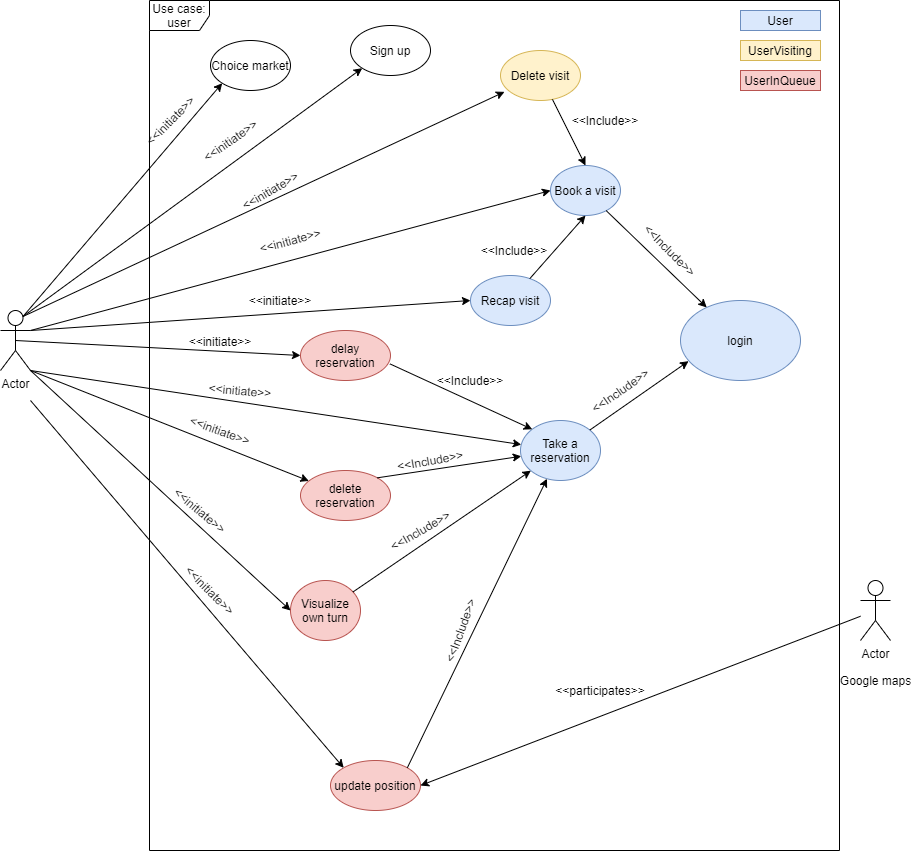
Before: documents/RASD/diagrams/UseCaseUser.png, a diagram exported from draw.io (bresc19/SE2-project-RASD-DD). Source tidied: cells renumbered, new cells last; positions are measured from the earlier drawing's top-left corner, leaving out a move shared by most shapes.
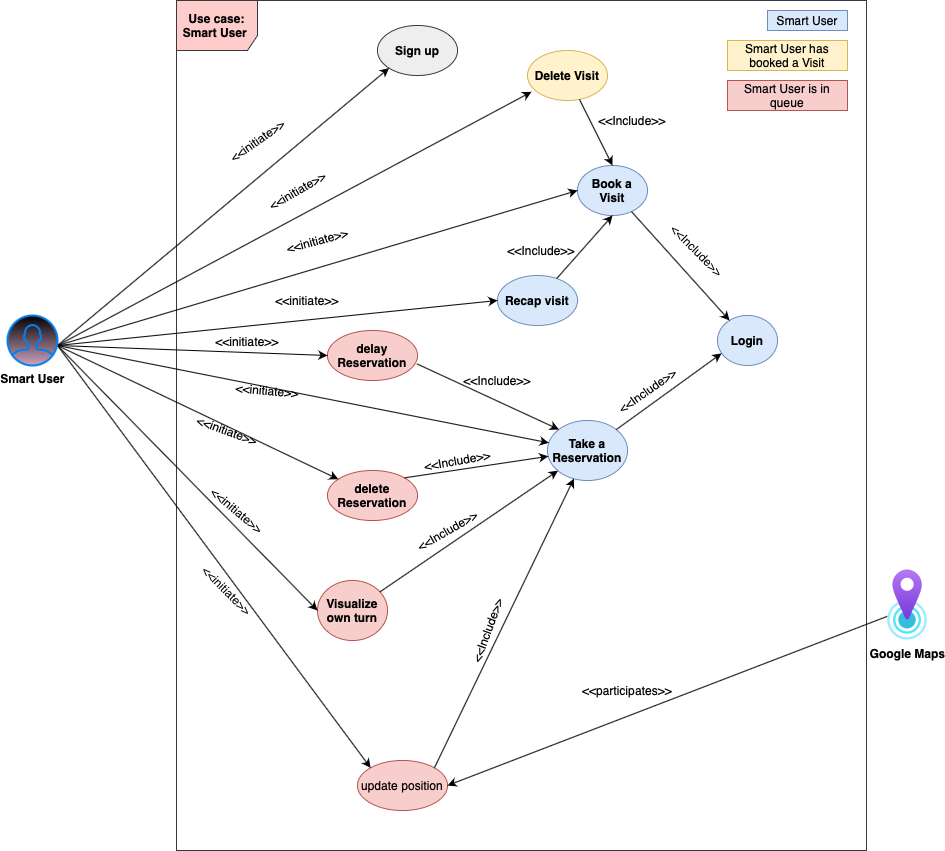
Later version of the same file.

Diff of the diagram source:
```diff
@@ -2,31 +2,34 @@
   <root>
     <mxCell id="0" />
     <mxCell id="1" parent="0" />
-    <mxCell id="2" value="Use case: user" style="shape=umlFrame;whiteSpace=wrap;html=1;" parent="1" vertex="1">
+    <mxCell id="2" value="&lt;b&gt;Use case: Smart User&amp;nbsp;&lt;/b&gt;" style="shape=umlFrame;whiteSpace=wrap;html=1;width=81;height=50;fillColor=#ffcccc;strokeColor=#36393d;" parent="1" vertex="1">
       <mxGeometry x="149" width="690" height="850" as="geometry" />
     </mxCell>
-    <mxCell id="3" value="Sign up" style="ellipse;whiteSpace=wrap;html=1;" parent="1" vertex="1">
+    <mxCell id="3" value="Sign up" style="ellipse;whiteSpace=wrap;html=1;fontStyle=1;fillColor=#eeeeee;strokeColor=#36393d;" parent="1" vertex="1">
       <mxGeometry x="350" y="25" width="80" height="50" as="geometry" />
     </mxCell>
-    <mxCell id="4" value="Actor" style="shape=umlActor;verticalLabelPosition=bottom;verticalAlign=top;html=1;outlineConnect=0;" parent="1" vertex="1">
-      <mxGeometry y="310" width="30" height="60" as="geometry" />
-    </mxCell>
-    <mxCell id="5" style="endArrow=classic;html=1;exitX=0.75;exitY=0.1;exitDx=0;exitDy=0;exitPerimeter=0;entryX=0;entryY=1;entryDx=0;entryDy=0;" parent="1" edge="1" source="4" target="3">
-      <mxGeometry relative="1" as="geometry" />
+    <mxCell id="5" style="endArrow=classic;html=1;exitX=1;exitY=0.3333333333333333;exitDx=0;exitDy=0;exitPerimeter=0;entryX=0;entryY=1;entryDx=0;entryDy=0;" parent="1" edge="1" target="3">
+      <mxGeometry relative="1" as="geometry">
+        <mxPoint x="30" y="345" as="sourcePoint" />
+      </mxGeometry>
     </mxCell>
-    <mxCell id="6" value="Book a visit" style="ellipse;whiteSpace=wrap;html=1;fillColor=#dae8fc;strokeColor=#6c8ebf;" parent="1" vertex="1">
+    <mxCell id="6" value="Book a Visit" style="ellipse;whiteSpace=wrap;html=1;fillColor=#dae8fc;strokeColor=#6c8ebf;fontStyle=1;" parent="1" vertex="1">
       <mxGeometry x="550" y="165" width="70" height="50" as="geometry" />
     </mxCell>
-    <mxCell id="7" style="endArrow=classic;html=1;exitX=1;exitY=0.3333333333333333;exitDx=0;exitDy=0;exitPerimeter=0;entryX=0;entryY=0.5;entryDx=0;entryDy=0;" parent="1" edge="1" source="4" target="6">
-      <mxGeometry relative="1" as="geometry" />
+    <mxCell id="7" style="endArrow=classic;html=1;exitX=1;exitY=0.3333333333333333;exitDx=0;exitDy=0;exitPerimeter=0;entryX=0;entryY=0.5;entryDx=0;entryDy=0;" parent="1" edge="1" target="6">
+      <mxGeometry relative="1" as="geometry">
+        <mxPoint x="30" y="345" as="sourcePoint" />
+      </mxGeometry>
     </mxCell>
-    <mxCell id="8" value="Take a reservation" style="ellipse;whiteSpace=wrap;html=1;fillColor=#dae8fc;strokeColor=#6c8ebf;" parent="1" vertex="1">
+    <mxCell id="8" value="Take a Reservation" style="ellipse;whiteSpace=wrap;html=1;fillColor=#dae8fc;strokeColor=#6c8ebf;fontStyle=1;" parent="1" vertex="1">
       <mxGeometry x="520" y="420" width="80" height="60" as="geometry" />
     </mxCell>
-    <mxCell id="9" style="endArrow=classic;html=1;exitX=1;exitY=1;exitDx=0;exitDy=0;exitPerimeter=0;" parent="1" edge="1" source="4" target="8">
-      <mxGeometry relative="1" as="geometry" />
+    <mxCell id="9" style="endArrow=classic;html=1;exitX=1;exitY=0.3333333333333333;exitDx=0;exitDy=0;exitPerimeter=0;" parent="1" edge="1" target="8">
+      <mxGeometry relative="1" as="geometry">
+        <mxPoint x="30" y="345" as="sourcePoint" />
+      </mxGeometry>
     </mxCell>
-    <mxCell id="10" value="Visualize own turn" style="ellipse;whiteSpace=wrap;html=1;fillColor=#f8cecc;strokeColor=#b85450;" parent="1" vertex="1">
+    <mxCell id="10" value="Visualize own turn" style="ellipse;whiteSpace=wrap;html=1;fillColor=#f8cecc;strokeColor=#b85450;fontStyle=1;" parent="1" vertex="1">
       <mxGeometry x="290" y="580" width="70" height="60" as="geometry" />
     </mxCell>
     <mxCell id="11" value="&amp;lt;&amp;lt;initiate&amp;gt;&amp;gt;" style="text;html=1;strokeColor=none;fillColor=none;align=center;verticalAlign=middle;whiteSpace=wrap;rounded=0;rotation=-30;" parent="1" vertex="1">
@@ -38,11 +41,13 @@
     <mxCell id="13" value="&amp;lt;&amp;lt;initiate&amp;gt;&amp;gt;" style="text;html=1;strokeColor=none;fillColor=none;align=center;verticalAlign=middle;whiteSpace=wrap;rounded=0;rotation=0;" parent="1" vertex="1">
       <mxGeometry x="260" y="290" width="40" height="20" as="geometry" />
     </mxCell>
-    <mxCell id="14" style="endArrow=classic;html=1;exitX=1;exitY=1;exitDx=0;exitDy=0;exitPerimeter=0;entryX=0;entryY=0.5;entryDx=0;entryDy=0;" parent="1" edge="1" source="4" target="10">
-      <mxGeometry relative="1" as="geometry" />
+    <mxCell id="14" style="endArrow=classic;html=1;exitX=1;exitY=0.3333333333333333;exitDx=0;exitDy=0;exitPerimeter=0;entryX=0;entryY=0.5;entryDx=0;entryDy=0;" parent="1" edge="1" target="10">
+      <mxGeometry relative="1" as="geometry">
+        <mxPoint x="30" y="345" as="sourcePoint" />
+      </mxGeometry>
     </mxCell>
-    <mxCell id="15" value="login" style="ellipse;whiteSpace=wrap;html=1;fillColor=#dae8fc;strokeColor=#6c8ebf;" parent="1" vertex="1">
-      <mxGeometry x="680" y="300" width="120" height="80" as="geometry" />
+    <mxCell id="15" value="Login" style="ellipse;whiteSpace=wrap;html=1;fillColor=#dae8fc;strokeColor=#6c8ebf;fontStyle=1;" parent="1" vertex="1">
+      <mxGeometry x="690" y="315" width="60" height="50" as="geometry" />
     </mxCell>
     <mxCell id="16" style="endArrow=classic;html=1;" parent="1" edge="1" source="6" target="15">
       <mxGeometry relative="1" as="geometry" />
@@ -68,20 +73,24 @@
     <mxCell id="23" value="&amp;lt;&amp;lt;Include&amp;gt;&amp;gt;" style="text;html=1;strokeColor=none;fillColor=none;align=center;verticalAlign=middle;whiteSpace=wrap;rounded=0;rotation=-10;" parent="1" vertex="1">
       <mxGeometry x="410" y="450" width="40" height="20" as="geometry" />
     </mxCell>
-    <mxCell id="24" value="Recap visit" style="ellipse;whiteSpace=wrap;html=1;fillColor=#dae8fc;strokeColor=#6c8ebf;" parent="1" vertex="1">
+    <mxCell id="24" value="Recap visit" style="ellipse;whiteSpace=wrap;html=1;fillColor=#dae8fc;strokeColor=#6c8ebf;fontStyle=1;" parent="1" vertex="1">
       <mxGeometry x="470" y="275" width="80" height="50" as="geometry" />
     </mxCell>
-    <mxCell id="25" style="endArrow=classic;html=1;exitX=1;exitY=0.3333333333333333;exitDx=0;exitDy=0;exitPerimeter=0;entryX=0;entryY=0.5;entryDx=0;entryDy=0;" parent="1" edge="1" source="4" target="24">
-      <mxGeometry relative="1" as="geometry" />
+    <mxCell id="25" style="endArrow=classic;html=1;exitX=1;exitY=0.3333333333333333;exitDx=0;exitDy=0;exitPerimeter=0;entryX=0;entryY=0.5;entryDx=0;entryDy=0;" parent="1" edge="1" target="24">
+      <mxGeometry relative="1" as="geometry">
+        <mxPoint x="30" y="345" as="sourcePoint" />
+      </mxGeometry>
     </mxCell>
     <mxCell id="26" style="endArrow=classic;html=1;entryX=0.5;entryY=1;entryDx=0;entryDy=0;" parent="1" edge="1" source="24" target="6">
       <mxGeometry relative="1" as="geometry" />
     </mxCell>
-    <mxCell id="27" value="Delete visit" style="ellipse;whiteSpace=wrap;html=1;fillColor=#fff2cc;strokeColor=#d6b656;" parent="1" vertex="1">
+    <mxCell id="27" value="Delete Visit" style="ellipse;whiteSpace=wrap;html=1;fillColor=#fff2cc;strokeColor=#d6b656;fontStyle=1;" parent="1" vertex="1">
       <mxGeometry x="500" y="50" width="80" height="50" as="geometry" />
     </mxCell>
-    <mxCell id="28" style="endArrow=classic;html=1;entryX=0.05;entryY=0.827;entryDx=0;entryDy=0;entryPerimeter=0;exitX=0.75;exitY=0.1;exitDx=0;exitDy=0;exitPerimeter=0;" parent="1" edge="1" source="4" target="27">
-      <mxGeometry relative="1" as="geometry" />
+    <mxCell id="28" style="endArrow=classic;html=1;entryX=0.05;entryY=0.827;entryDx=0;entryDy=0;entryPerimeter=0;exitX=1;exitY=0.3333333333333333;exitDx=0;exitDy=0;exitPerimeter=0;" parent="1" edge="1" target="27">
+      <mxGeometry relative="1" as="geometry">
+        <mxPoint x="30" y="345" as="sourcePoint" />
+      </mxGeometry>
     </mxCell>
     <mxCell id="29" style="endArrow=classic;html=1;entryX=0.5;entryY=0;entryDx=0;entryDy=0;" parent="1" edge="1" source="27" target="6">
       <mxGeometry relative="1" as="geometry" />
@@ -95,26 +104,30 @@
     <mxCell id="32" value="&amp;lt;&amp;lt;initiate&amp;gt;&amp;gt;" style="text;html=1;strokeColor=none;fillColor=none;align=center;verticalAlign=middle;whiteSpace=wrap;rounded=0;rotation=0;" parent="1" vertex="1">
       <mxGeometry x="200" y="340" width="40" as="geometry" />
     </mxCell>
-    <mxCell id="33" value="delete reservation" style="ellipse;whiteSpace=wrap;html=1;fillColor=#f8cecc;strokeColor=#b85450;" parent="1" vertex="1">
+    <mxCell id="33" value="delete Reservation" style="ellipse;whiteSpace=wrap;html=1;fillColor=#f8cecc;strokeColor=#b85450;fontStyle=1;" parent="1" vertex="1">
       <mxGeometry x="300" y="470" width="90" height="50" as="geometry" />
     </mxCell>
-    <mxCell id="34" style="endArrow=classic;html=1;exitX=1;exitY=1;exitDx=0;exitDy=0;exitPerimeter=0;" parent="1" edge="1" source="4" target="33">
-      <mxGeometry relative="1" as="geometry" />
+    <mxCell id="34" style="endArrow=classic;html=1;exitX=1;exitY=0.3333333333333333;exitDx=0;exitDy=0;exitPerimeter=0;" parent="1" edge="1" target="33">
+      <mxGeometry relative="1" as="geometry">
+        <mxPoint x="30" y="345" as="sourcePoint" />
+      </mxGeometry>
     </mxCell>
     <mxCell id="35" style="endArrow=classic;html=1;exitX=1;exitY=0;exitDx=0;exitDy=0;" parent="1" edge="1" source="33" target="8">
       <mxGeometry relative="1" as="geometry" />
     </mxCell>
     <mxCell id="36" value="&amp;lt;&amp;lt;initiate&amp;gt;&amp;gt;" style="text;html=1;strokeColor=none;fillColor=none;align=center;verticalAlign=middle;whiteSpace=wrap;rounded=0;rotation=40;" parent="1" vertex="1">
-      <mxGeometry x="180" y="500" width="40" height="20" as="geometry" />
+      <mxGeometry x="190" y="500" width="40" height="20" as="geometry" />
     </mxCell>
     <mxCell id="37" value="&amp;lt;&amp;lt;initiate&amp;gt;&amp;gt;" style="text;html=1;strokeColor=none;fillColor=none;align=center;verticalAlign=middle;whiteSpace=wrap;rounded=0;rotation=-35;" parent="1" vertex="1">
       <mxGeometry x="210" y="130" width="40" height="20" as="geometry" />
     </mxCell>
-    <mxCell id="38" value="delay reservation" style="ellipse;whiteSpace=wrap;html=1;fillColor=#f8cecc;strokeColor=#b85450;" parent="1" vertex="1">
+    <mxCell id="38" value="delay Reservation" style="ellipse;whiteSpace=wrap;html=1;fillColor=#f8cecc;strokeColor=#b85450;fontStyle=1;" parent="1" vertex="1">
       <mxGeometry x="300" y="330" width="90" height="50" as="geometry" />
     </mxCell>
-    <mxCell id="39" style="endArrow=classic;html=1;exitX=0.5;exitY=0.5;exitDx=0;exitDy=0;exitPerimeter=0;entryX=0;entryY=0.5;entryDx=0;entryDy=0;" parent="1" edge="1" source="4" target="38">
-      <mxGeometry relative="1" as="geometry" />
+    <mxCell id="39" style="endArrow=classic;html=1;exitX=1;exitY=0.3333333333333333;exitDx=0;exitDy=0;exitPerimeter=0;entryX=0;entryY=0.5;entryDx=0;entryDy=0;" parent="1" edge="1" target="38">
+      <mxGeometry relative="1" as="geometry">
+        <mxPoint x="30" y="345" as="sourcePoint" />
+      </mxGeometry>
     </mxCell>
     <mxCell id="40" style="endArrow=classic;html=1;exitX=0.993;exitY=0.667;exitDx=0;exitDy=0;entryX=0;entryY=0;entryDx=0;entryDy=0;exitPerimeter=0;" parent="1" edge="1" source="38" target="8">
       <mxGeometry relative="1" as="geometry" />
@@ -122,21 +135,21 @@
     <mxCell id="41" value="&amp;lt;&amp;lt;Include&amp;gt;&amp;gt;" style="text;html=1;strokeColor=none;fillColor=none;align=center;verticalAlign=middle;whiteSpace=wrap;rounded=0;rotation=0;" parent="1" vertex="1">
       <mxGeometry x="450" y="370" width="40" height="20" as="geometry" />
     </mxCell>
-    <mxCell id="42" value="User" style="text;html=1;strokeColor=#6c8ebf;fillColor=#dae8fc;align=center;verticalAlign=middle;whiteSpace=wrap;rounded=0;" parent="1" vertex="1">
+    <mxCell id="42" value="Smart User" style="text;html=1;strokeColor=#6c8ebf;fillColor=#dae8fc;align=center;verticalAlign=middle;whiteSpace=wrap;rounded=0;" parent="1" vertex="1">
       <mxGeometry x="740" y="10" width="80" height="20" as="geometry" />
     </mxCell>
-    <mxCell id="43" value="UserVisiting" style="text;html=1;strokeColor=#d6b656;fillColor=#fff2cc;align=center;verticalAlign=middle;whiteSpace=wrap;rounded=0;" parent="1" vertex="1">
-      <mxGeometry x="740" y="40" width="80" height="20" as="geometry" />
+    <mxCell id="43" value="Smart User has booked a Visit" style="text;html=1;strokeColor=#d6b656;fillColor=#fff2cc;align=center;verticalAlign=middle;whiteSpace=wrap;rounded=0;" parent="1" vertex="1">
+      <mxGeometry x="700" y="40" width="120" height="30" as="geometry" />
     </mxCell>
-    <mxCell id="44" value="UserInQueue" style="text;html=1;strokeColor=#b85450;fillColor=#f8cecc;align=center;verticalAlign=middle;whiteSpace=wrap;rounded=0;" parent="1" vertex="1">
-      <mxGeometry x="740" y="70" width="80" height="20" as="geometry" />
+    <mxCell id="44" value="Smart User is in queue" style="text;html=1;strokeColor=#b85450;fillColor=#f8cecc;align=center;verticalAlign=middle;whiteSpace=wrap;rounded=0;" parent="1" vertex="1">
+      <mxGeometry x="700" y="80" width="120" height="30" as="geometry" />
     </mxCell>
     <mxCell id="45" value="update position" style="ellipse;whiteSpace=wrap;html=1;fillColor=#f8cecc;strokeColor=#b85450;" parent="1" vertex="1">
       <mxGeometry x="330" y="760" width="90" height="50" as="geometry" />
     </mxCell>
-    <mxCell id="46" style="endArrow=classic;html=1;entryX=0;entryY=0;entryDx=0;entryDy=0;" parent="1" edge="1" target="45">
+    <mxCell id="46" style="endArrow=classic;html=1;entryX=0;entryY=0;entryDx=0;entryDy=0;exitX=1;exitY=0.3333333333333333;exitDx=0;exitDy=0;exitPerimeter=0;" parent="1" edge="1" target="45">
       <mxGeometry relative="1" as="geometry">
-        <mxPoint x="30" y="400" as="sourcePoint" />
+        <mxPoint x="30" y="345" as="sourcePoint" />
       </mxGeometry>
     </mxCell>
     <mxCell id="47" style="endArrow=classic;html=1;exitX=1;exitY=0;exitDx=0;exitDy=0;" parent="1" edge="1" source="45" target="8">
@@ -145,32 +158,25 @@
     <mxCell id="48" value="&amp;lt;&amp;lt;Include&amp;gt;&amp;gt;" style="text;html=1;strokeColor=none;fillColor=none;align=center;verticalAlign=middle;whiteSpace=wrap;rounded=0;rotation=-70;" parent="1" vertex="1">
       <mxGeometry x="440" y="620" width="40" height="20" as="geometry" />
     </mxCell>
-    <mxCell id="49" value="Actor" style="shape=umlActor;verticalLabelPosition=bottom;verticalAlign=top;html=1;outlineConnect=0;" parent="1" vertex="1">
-      <mxGeometry x="860" y="580" width="30" height="60" as="geometry" />
-    </mxCell>
-    <mxCell id="50" value="Google maps" style="text;html=1;align=center;verticalAlign=middle;" parent="1" vertex="1">
-      <mxGeometry x="830" y="670" width="90" height="20" as="geometry" />
-    </mxCell>
-    <mxCell id="51" style="endArrow=classic;html=1;entryX=1;entryY=0.5;entryDx=0;entryDy=0;" parent="1" edge="1" source="49" target="45">
-      <mxGeometry relative="1" as="geometry" />
+    <mxCell id="51" style="endArrow=classic;html=1;entryX=1;entryY=0.5;entryDx=0;entryDy=0;" parent="1" edge="1" target="45">
+      <mxGeometry relative="1" as="geometry">
+        <mxPoint x="860" y="615.8" as="sourcePoint" />
+      </mxGeometry>
     </mxCell>
     <mxCell id="52" value="&amp;lt;&amp;lt;participates&amp;gt;&amp;gt;" style="text;html=1;strokeColor=none;fillColor=none;align=center;verticalAlign=middle;whiteSpace=wrap;rounded=0;" parent="1" vertex="1">
       <mxGeometry x="580" y="680" width="40" height="20" as="geometry" />
     </mxCell>
     <mxCell id="53" value="&amp;lt;&amp;lt;initiate&amp;gt;&amp;gt;" style="text;html=1;strokeColor=none;fillColor=none;align=center;verticalAlign=middle;whiteSpace=wrap;rounded=0;rotation=20;" parent="1" vertex="1">
-      <mxGeometry x="200" y="420" width="40" height="20" as="geometry" />
+      <mxGeometry x="180" y="420" width="40" height="20" as="geometry" />
     </mxCell>
     <mxCell id="54" value="&amp;lt;&amp;lt;initiate&amp;gt;&amp;gt;" style="text;html=1;strokeColor=none;fillColor=none;align=center;verticalAlign=middle;whiteSpace=wrap;rounded=0;rotation=45;" parent="1" vertex="1">
-      <mxGeometry x="190" y="580" width="40" height="20" as="geometry" />
+      <mxGeometry x="180" y="580" width="40" height="20" as="geometry" />
     </mxCell>
-    <mxCell id="55" value="Choice market" style="ellipse;whiteSpace=wrap;html=1;" parent="1" vertex="1">
-      <mxGeometry x="210" y="40" width="80" height="50" as="geometry" />
-    </mxCell>
-    <mxCell id="56" style="endArrow=classic;html=1;exitX=0.75;exitY=0.1;exitDx=0;exitDy=0;exitPerimeter=0;entryX=0;entryY=1;entryDx=0;entryDy=0;" parent="1" edge="1" source="4" target="55">
-      <mxGeometry relative="1" as="geometry" />
-    </mxCell>
-    <mxCell id="57" value="&amp;lt;&amp;lt;initiate&amp;gt;&amp;gt;" style="text;html=1;strokeColor=none;fillColor=none;align=center;verticalAlign=middle;whiteSpace=wrap;rounded=0;rotation=-45;" parent="1" vertex="1">
-      <mxGeometry x="150" y="110" width="40" height="20" as="geometry" />
-    </mxCell>
+    <mxCell id="58" value="&lt;b&gt;Google Maps&lt;/b&gt;" style="html=1;align=center;image;fontSize=12;image=img/lib/azure2/general/Location.svg;strokeColor=#000000;fillColor=#000000;gradientColor=#CDA2BE;" parent="1" vertex="1">
+      <mxGeometry x="860" y="569" width="40" height="71" as="geometry" />
+    </mxCell>
+    <mxCell id="59" value="&lt;b&gt;Smart User&lt;/b&gt;" style="html=1;verticalLabelPosition=bottom;align=center;labelBackgroundColor=#ffffff;verticalAlign=top;strokeWidth=2;strokeColor=#0080F0;shadow=0;dashed=0;shape=mxgraph.ios7.icons.user;fillColor=#000000;gradientColor=#CDA2BE;" parent="1" vertex="1">
+      <mxGeometry x="-20" y="315" width="50" height="50" as="geometry" />
+    </mxCell>
   </root>
 </mxGraphModel>
```
